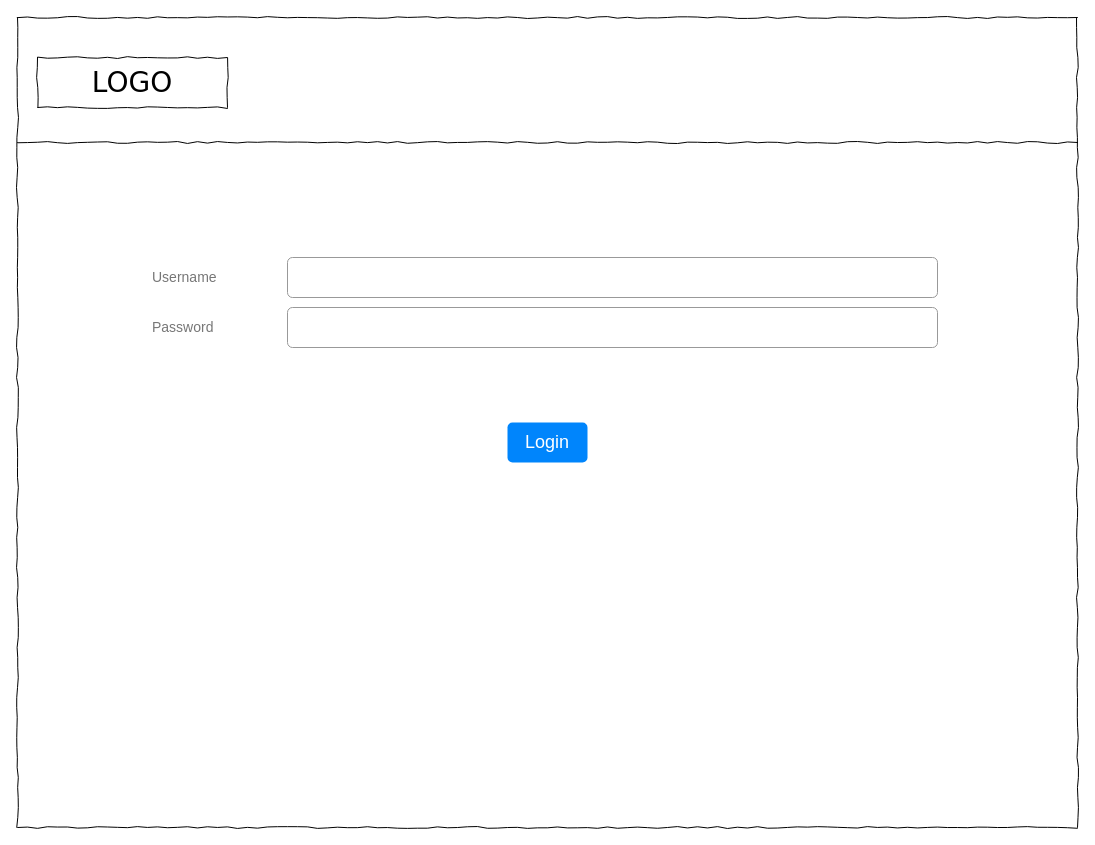
SheeNigami/heart-disease-predictor keeps this draw.io diagram as wireframes/Login Page.drawio. Above is the earlier version. Source tidied: cells renumbered, new cells numbered last; positions are measured from the earlier drawing's top-left corner, leaving out a move shared by most shapes. Both pictures are drawn from the tidied source at 100%, with x=0, y=0 at pixel (17, 17).
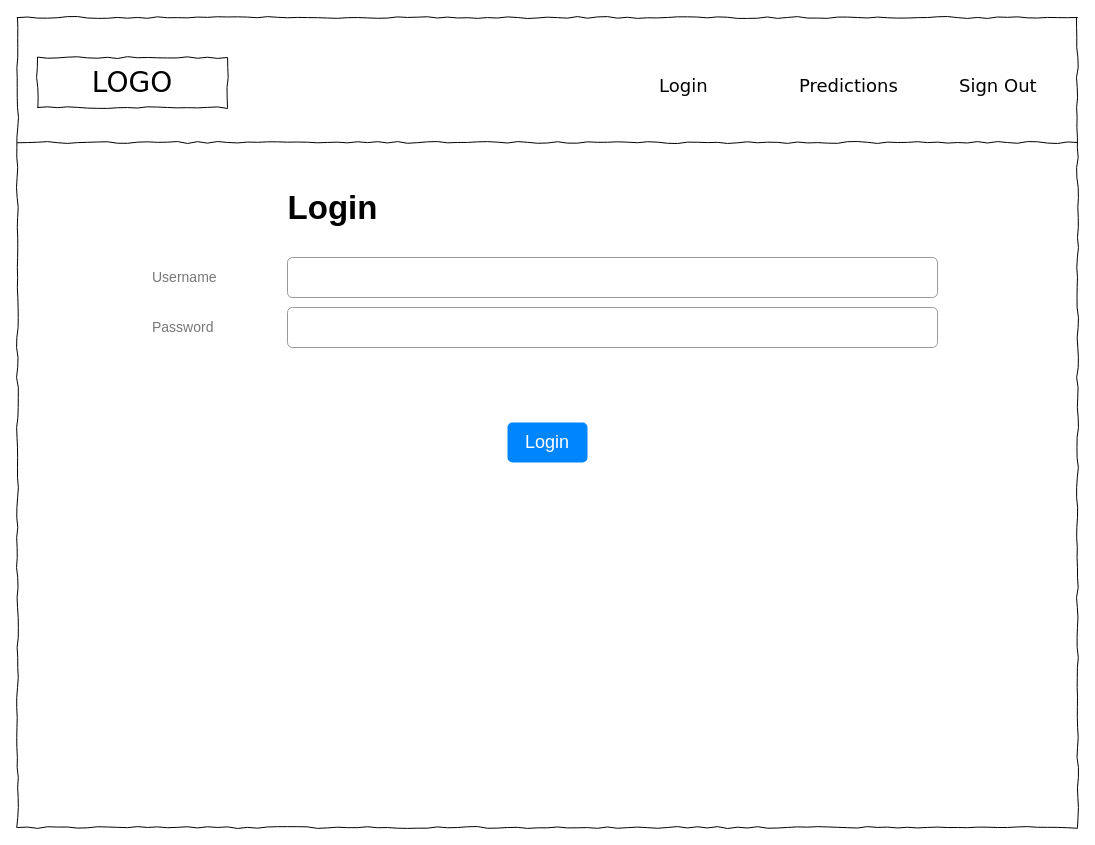
Above is the later version.

What changed in the source:
```diff
@@
 <mxGraphModel background="#ffffff">
   <root>
     <mxCell id="0" />
     <mxCell id="1" parent="0" />
     <mxCell id="2" style="whiteSpace=wrap;html=1;rounded=0;shadow=0;labelBackgroundColor=none;strokeColor=#000000;strokeWidth=1;fillColor=none;fontFamily=Verdana;fontSize=12;fontColor=#000000;align=center;comic=1;" parent="1" vertex="1">
       <mxGeometry width="1060" height="810" as="geometry" />
     </mxCell>
     <mxCell id="3" value="LOGO" style="whiteSpace=wrap;html=1;rounded=0;shadow=0;labelBackgroundColor=none;strokeWidth=1;fontFamily=Verdana;fontSize=28;align=center;comic=1;" parent="1" vertex="1">
       <mxGeometry x="20" y="40" width="190" height="50" as="geometry" />
     </mxCell>
     <mxCell id="4" style="line;strokeWidth=1;html=1;rounded=0;shadow=0;labelBackgroundColor=none;fillColor=none;fontFamily=Verdana;fontSize=14;fontColor=#000000;align=center;comic=1;" parent="1" vertex="1">
       <mxGeometry y="120" width="1060" height="10" as="geometry" />
     </mxCell>
     <mxCell id="5" value="Username" style="strokeColor=none;fillColor=none;fontColor=#777777;whiteSpace=wrap;align=left;verticalAlign=middle;fontStyle=0;fontSize=14;spacing=15;" parent="1" vertex="1">
       <mxGeometry x="120" y="240" width="150" height="40" as="geometry" />
     </mxCell>
     <mxCell id="6" value="Password" style="strokeColor=none;fillColor=none;fontColor=#777777;whiteSpace=wrap;align=left;verticalAlign=middle;fontStyle=0;fontSize=14;spacing=15;" parent="1" vertex="1">
       <mxGeometry x="120" y="290" width="150" height="40" as="geometry" />
     </mxCell>
     <mxCell id="7" style="html=1;shadow=0;dashed=0;shape=mxgraph.bootstrap.rrect;rSize=5;strokeColor=#999999;fillColor=#ffffff;fontColor=#777777;whiteSpace=wrap;align=left;verticalAlign=middle;fontStyle=0;fontSize=14;spacing=15;" parent="1" vertex="1">
       <mxGeometry x="270" y="290" width="650" height="40" as="geometry" />
     </mxCell>
     <mxCell id="8" style="html=1;shadow=0;dashed=0;shape=mxgraph.bootstrap.rrect;rSize=5;strokeColor=#999999;fillColor=#ffffff;fontColor=#777777;whiteSpace=wrap;align=left;verticalAlign=middle;fontStyle=0;fontSize=14;spacing=15;" parent="1" vertex="1">
       <mxGeometry x="270" y="240" width="650" height="40" as="geometry" />
     </mxCell>
     <mxCell id="9" value="Login" style="html=1;shadow=0;dashed=0;shape=mxgraph.bootstrap.rrect;rSize=5;strokeColor=none;strokeWidth=1;fillColor=#0085FC;fontColor=#FFFFFF;whiteSpace=wrap;align=center;verticalAlign=middle;spacingLeft=0;fontStyle=0;fontSize=18;spacing=5;" parent="1" vertex="1">
       <mxGeometry x="490" y="405" width="80" height="40" as="geometry" />
     </mxCell>
+    <mxCell id="10" value="&lt;b&gt;&lt;font style=&quot;font-size: 33px&quot;&gt;Login&lt;/font&gt;&lt;/b&gt;" style="text;html=1;align=center;verticalAlign=middle;fillColor=none;strokeColor=none;rounded=0;" parent="1" vertex="1">
+      <mxGeometry x="265" y="175" width="100" height="30" as="geometry" />
+    </mxCell>
+    <mxCell id="11" value="Login" style="text;html=1;align=left;verticalAlign=top;spacingTop=-4;fontSize=18;fontFamily=Verdana;" parent="1" vertex="1">
+      <mxGeometry x="640" y="55" width="60" height="20" as="geometry" />
+    </mxCell>
+    <mxCell id="12" value="Predictions" style="text;html=1;align=left;verticalAlign=top;spacingTop=-4;fontSize=18;fontFamily=Verdana;" parent="1" vertex="1">
+      <mxGeometry x="780" y="55" width="60" height="20" as="geometry" />
+    </mxCell>
+    <mxCell id="13" value="Sign Out" style="text;html=1;align=left;verticalAlign=top;spacingTop=-4;fontSize=18;fontFamily=Verdana;" parent="1" vertex="1">
+      <mxGeometry x="940" y="55" width="60" height="20" as="geometry" />
+    </mxCell>
   </root>
 </mxGraphModel>
```
